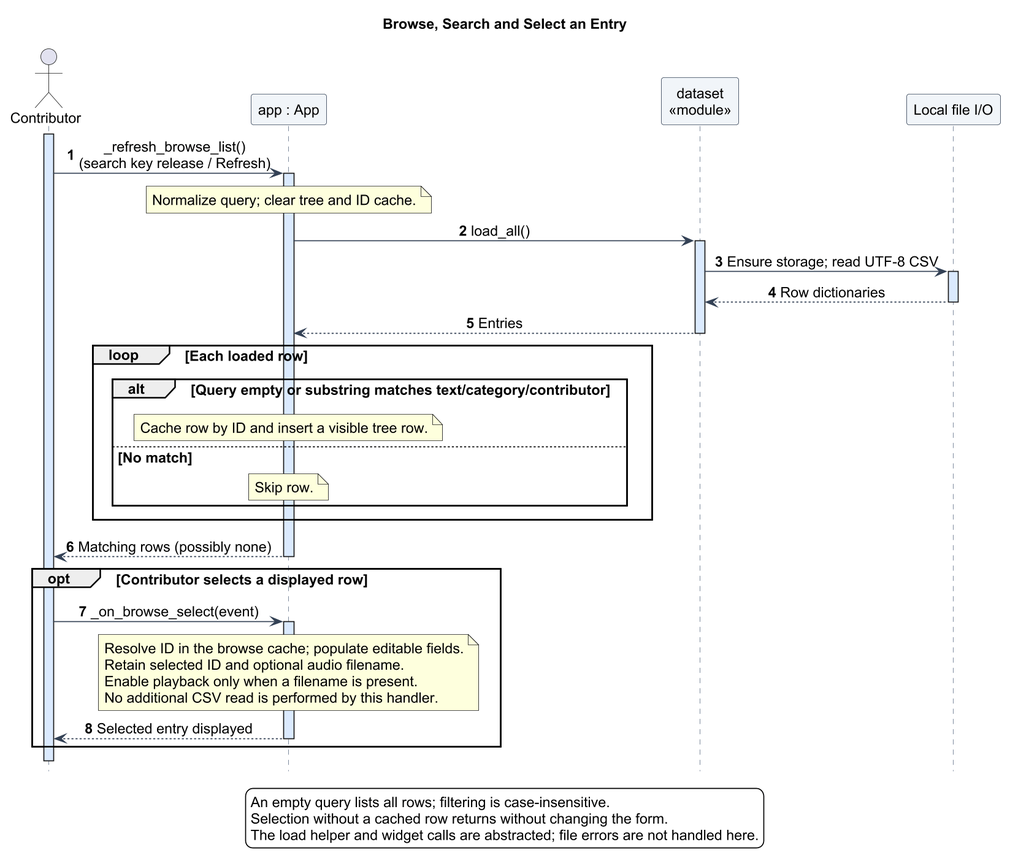
Suraku237/francanglaiscompiler keeps this PlantUML diagram as docs/diagrams/sequence-search.png. Above is the earlier version.
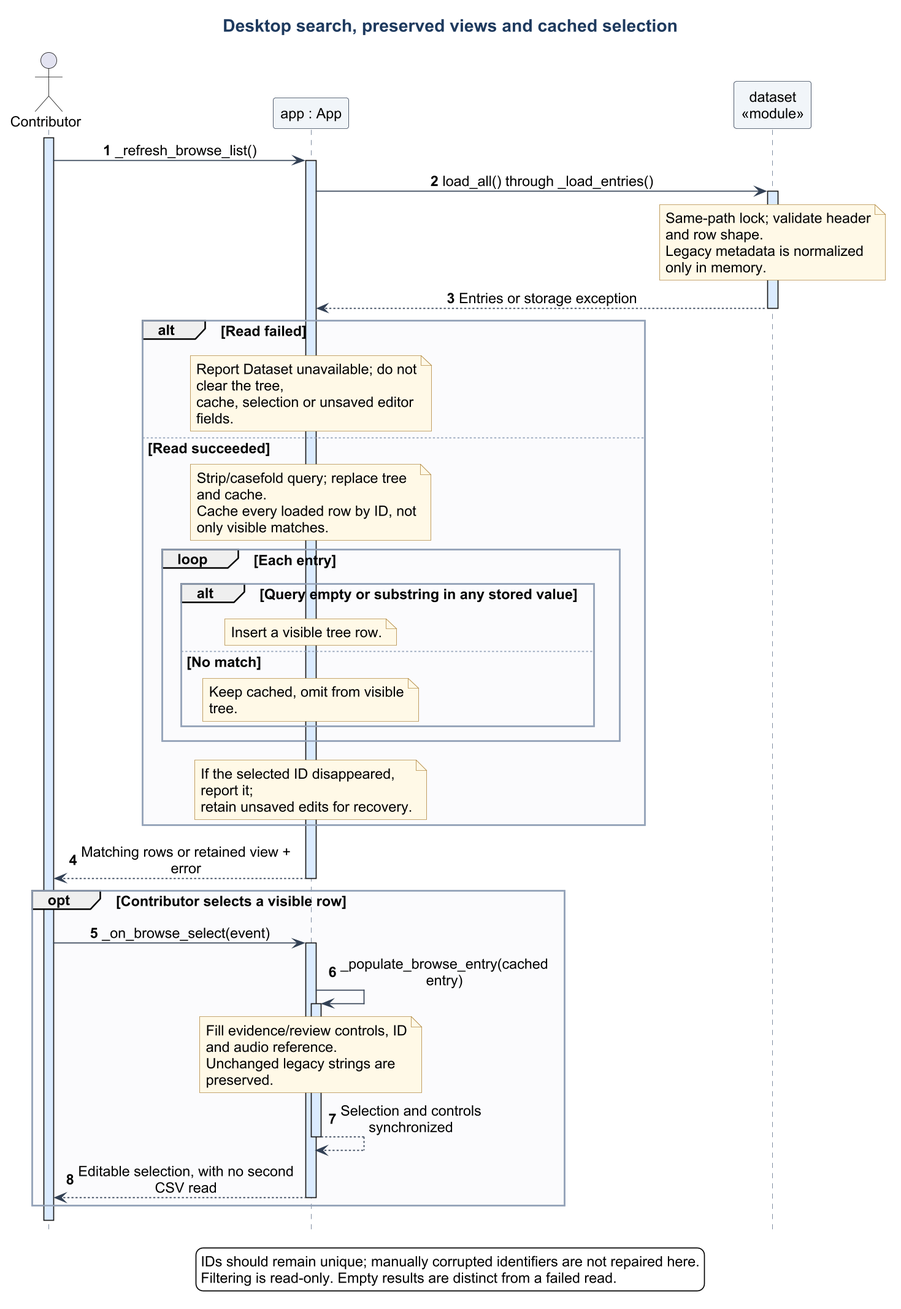
Later version of the same file.

Change to the diagram source:
```diff
@@ -1,51 +1,48 @@
 @startuml
 !include theme.iuml
-title Browse, Search and Select an Entry
+title Desktop search, preserved views and cached selection
 hide footbox
 autonumber
 actor Contributor
 participant "app : App" as App
 participant "dataset\n<<module>>" as Dataset
-participant "Local file I/O" as Files
-
 activate Contributor
-Contributor -> App : _refresh_browse_list()\n(search key release / Refresh)
+Contributor -> App : _refresh_browse_list()
 activate App
-note over App : Normalize query; clear tree and ID cache.
-App -> Dataset : load_all()
+App -> Dataset : load_all() through _load_entries()
 activate Dataset
-Dataset -> Files : Ensure storage; read UTF-8 CSV
-activate Files
-Files --> Dataset : Row dictionaries
-deactivate Files
-Dataset --> App : Entries
+note over Dataset : Same-path lock; validate header and row shape.\nLegacy metadata is normalized only in memory.
+Dataset --> App : Entries or storage exception
 deactivate Dataset
-loop Each loaded row
-  alt Query empty or substring matches text/category/contributor
-    note over App : Cache row by ID and insert a visible tree row.
-  else No match
-    note over App : Skip row.
+alt Read failed
+  note over App : Report Dataset unavailable; do not clear the tree,\ncache, selection or unsaved editor fields.
+else Read succeeded
+  note over App : Strip/casefold query; replace tree and cache.\nCache every loaded row by ID, not only visible matches.
+  loop Each entry
+    alt Query empty or substring in any stored value
+      note over App : Insert a visible tree row.
+    else No match
+      note over App : Keep cached, omit from visible tree.
+    end
   end
+  note over App : If the selected ID disappeared, report it;\nretain unsaved edits for recovery.
 end
-App --> Contributor : Matching rows (possibly none)
+App --> Contributor : Matching rows or retained view + error
 deactivate App
-
-opt Contributor selects a displayed row
+opt Contributor selects a visible row
   Contributor -> App : _on_browse_select(event)
   activate App
-  note over App
-    Resolve ID in the browse cache; populate editable fields.
-    Retain selected ID and optional audio filename.
-    Enable playback only when a filename is present.
-    No additional CSV read is performed by this handler.
-  end note
-  App --> Contributor : Selected entry displayed
+  App -> App : _populate_browse_entry(cached entry)
+  activate App
+  note over App : Fill evidence/review controls, ID and audio reference.\nUnchanged legacy strings are preserved.
+  App --> App : Selection and controls synchronized
+  deactivate App
+  App --> Contributor : Editable selection, with no second CSV read
   deactivate App
 end
 deactivate Contributor
 legend bottom
-  An empty query lists all rows; filtering is case-insensitive.
-  Selection without a cached row returns without changing the form.
-  The load helper and widget calls are abstracted; file errors are not handled here.
+  IDs should remain unique; manually corrupted identifiers are not repaired here.
+  Filtering is read-only. Empty results are distinct from a failed read.
 endlegend
 @enduml
```
